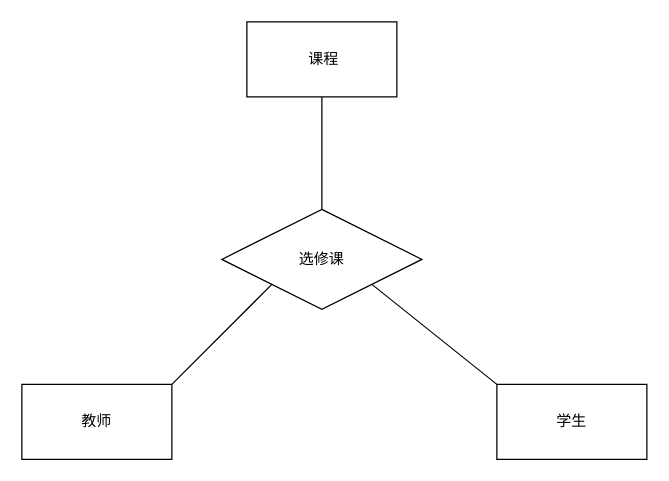
zhiyuan5986/draw_io keeps this draw.io diagram as DB-hw1-1.drawio. Above is the earlier version. Source tidied: cells renumbered, new cells numbered last; positions are measured from the earlier drawing's top-left corner, leaving out a move shared by most shapes. Both pictures are drawn from the tidied source at 125%, with x=0, y=0 at pixel (21, 21).
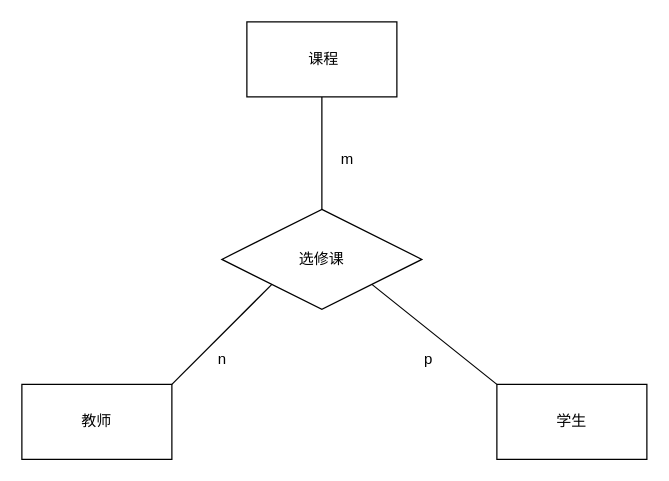
After the change.

What changed in the source:
```diff
@@
 <mxGraphModel>
   <root>
     <mxCell id="0" />
     <mxCell id="1" parent="0" />
     <mxCell id="2" value="选修课" style="rhombus;whiteSpace=wrap;html=1;" parent="1" vertex="1">
       <mxGeometry x="160" y="150" width="160" height="80" as="geometry" />
     </mxCell>
     <mxCell id="3" value="&amp;nbsp;课程" style="rounded=0;whiteSpace=wrap;html=1;" parent="1" vertex="1">
       <mxGeometry x="180" width="120" height="60" as="geometry" />
     </mxCell>
     <mxCell id="4" value="教师" style="rounded=0;whiteSpace=wrap;html=1;fontSize=12;" parent="1" vertex="1">
       <mxGeometry y="290" width="120" height="60" as="geometry" />
     </mxCell>
     <mxCell id="5" value="学生&lt;br&gt;" style="whiteSpace=wrap;html=1;fontSize=12;" parent="1" vertex="1">
       <mxGeometry x="380" y="290" width="120" height="60" as="geometry" />
     </mxCell>
     <mxCell id="6" style="endArrow=none;html=1;rounded=0;fontSize=12;entryX=0.5;entryY=1;entryDx=0;entryDy=0;exitX=0.5;exitY=0;exitDx=0;exitDy=0;" parent="1" edge="1" source="2" target="3">
       <mxGeometry relative="1" as="geometry" />
     </mxCell>
     <mxCell id="7" style="endArrow=none;html=1;rounded=0;fontSize=12;entryX=1;entryY=1;entryDx=0;entryDy=0;exitX=0;exitY=0;exitDx=0;exitDy=0;" parent="1" edge="1" source="5" target="2">
       <mxGeometry relative="1" as="geometry" />
     </mxCell>
     <mxCell id="8" style="endArrow=none;html=1;rounded=0;fontSize=12;entryX=0;entryY=1;entryDx=0;entryDy=0;exitX=1;exitY=0;exitDx=0;exitDy=0;" parent="1" edge="1" source="4" target="2">
       <mxGeometry relative="1" as="geometry" />
     </mxCell>
+    <mxCell id="9" value="m" style="text;html=1;align=center;verticalAlign=middle;strokeColor=none;fillColor=none;fontSize=12;" parent="1" vertex="1">
+      <mxGeometry x="245" y="95" width="30" height="30" as="geometry" />
+    </mxCell>
+    <mxCell id="10" value="n" style="text;html=1;align=center;verticalAlign=middle;strokeColor=none;fillColor=none;fontSize=12;" parent="1" vertex="1">
+      <mxGeometry x="145" y="255" width="30" height="30" as="geometry" />
+    </mxCell>
+    <mxCell id="11" value="p" style="text;html=1;align=center;verticalAlign=middle;strokeColor=none;fillColor=none;fontSize=12;" parent="1" vertex="1">
+      <mxGeometry x="310" y="255" width="30" height="30" as="geometry" />
+    </mxCell>
   </root>
 </mxGraphModel>
```
